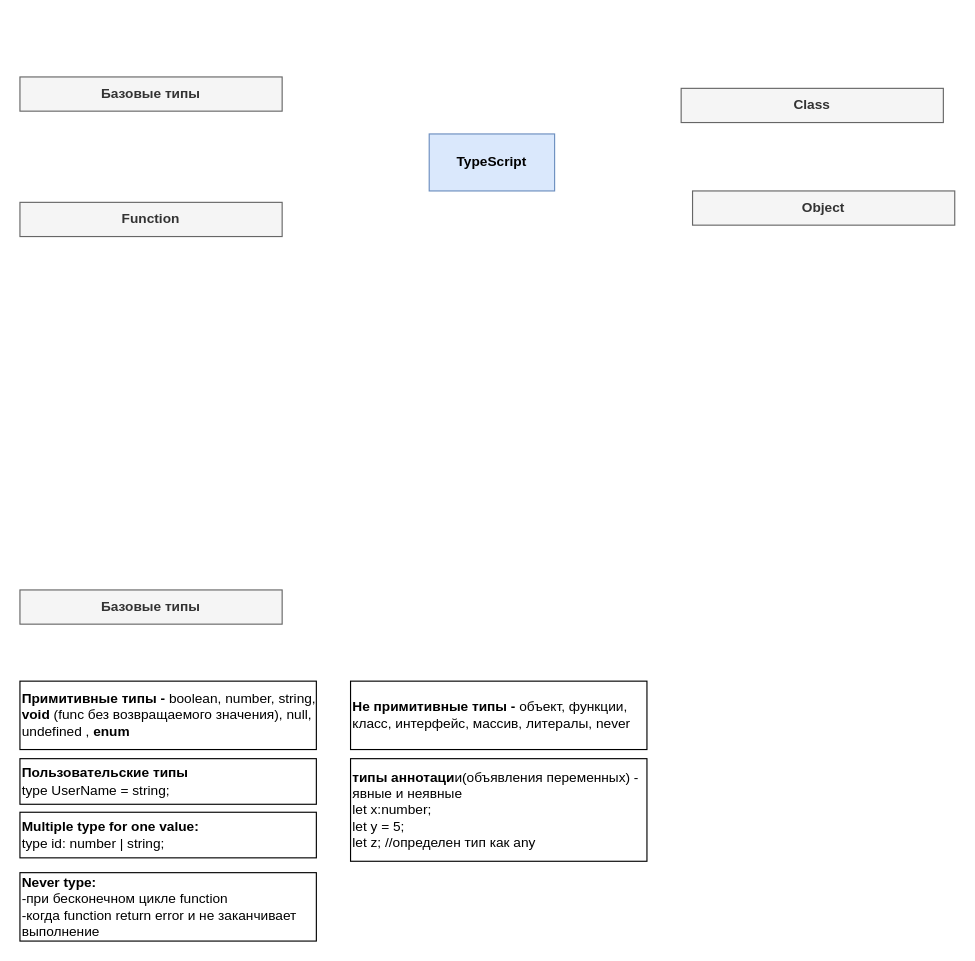
AndrosovMA/Fundamentals-TypeScript keeps this draw.io diagram as Diagram learning TypeScript.drawio. Above is the earlier version. Source tidied: cells renumbered, new cells numbered last; positions are measured from the earlier drawing's top-left corner, leaving out a move shared by most shapes. Both pictures are drawn from the tidied source at 114%, with x=0, y=0 at pixel (19, 76).
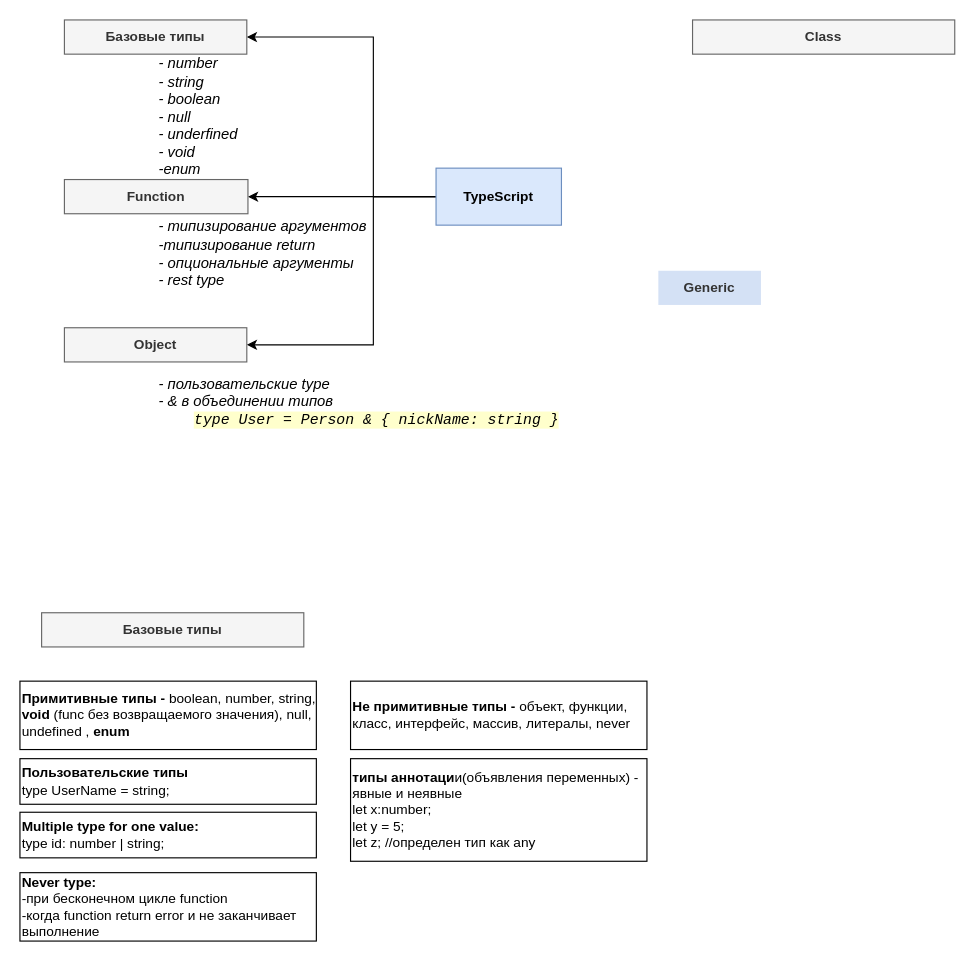
The same diagram, later.

The edit, as a diff of the source:
```diff
@@
+    <mxCell id="14" style="edgeStyle=orthogonalEdgeStyle;rounded=0;jettySize=auto;html=1;exitX=0;exitY=0.5;exitDx=0;exitDy=0;entryX=1;entryY=0.5;entryDx=0;entryDy=0;fontSize=13;fontColor=#000000;" parent="1" edge="1" source="2" target="12">
+      <mxGeometry relative="1" as="geometry">
+        <Array as="points">
+          <mxPoint x="310" y="105" />
+          <mxPoint x="310" y="-35" />
+        </Array>
+      </mxGeometry>
+    </mxCell>
+    <mxCell id="15" style="edgeStyle=orthogonalEdgeStyle;rounded=0;jettySize=auto;html=1;exitX=0;exitY=0.5;exitDx=0;exitDy=0;entryX=1;entryY=0.5;entryDx=0;entryDy=0;fontSize=13;fontColor=#000000;" parent="1" edge="1" source="2" target="9">
+      <mxGeometry relative="1" as="geometry">
+        <Array as="points">
+          <mxPoint x="370" y="105" />
+          <mxPoint x="370" y="105" />
+        </Array>
+      </mxGeometry>
+    </mxCell>
+    <mxCell id="16" style="edgeStyle=orthogonalEdgeStyle;rounded=0;jettySize=auto;html=1;exitX=0;exitY=0.5;exitDx=0;exitDy=0;entryX=1;entryY=0.5;entryDx=0;entryDy=0;fontSize=13;fontColor=#000000;" parent="1" edge="1" source="2" target="10">
+      <mxGeometry relative="1" as="geometry">
+        <Array as="points">
+          <mxPoint x="310" y="105" />
+          <mxPoint x="310" y="235" />
+        </Array>
+      </mxGeometry>
+    </mxCell>
     <mxCell id="2" value="TypeScript" style="rounded=0;whiteSpace=wrap;html=1;fillColor=#dae8fc;strokeColor=#6c8ebf;fontStyle=1;" parent="1" vertex="1">
-      <mxGeometry x="359" y="50" width="110" height="50" as="geometry" />
+      <mxGeometry x="365" y="80" width="110" height="50" as="geometry" />
     </mxCell>
@@
-    <mxCell id="9" value="Function" style="rounded=0;whiteSpace=wrap;html=1;fillColor=#f5f5f5;strokeColor=#666666;fontColor=#333333;fontStyle=1;" parent="1" vertex="1">
-      <mxGeometry y="110" width="230" height="30" as="geometry" />
-    </mxCell>
     <mxCell id="10" value="Object" style="rounded=0;whiteSpace=wrap;html=1;fillColor=#f5f5f5;strokeColor=#666666;fontColor=#333333;fontStyle=1;" parent="1" vertex="1">
-      <mxGeometry x="590" y="100" width="230" height="30" as="geometry" />
+      <mxGeometry x="39" y="220" width="160" height="30" as="geometry" />
     </mxCell>
     <mxCell id="11" value="Class" style="rounded=0;whiteSpace=wrap;html=1;fillColor=#f5f5f5;strokeColor=#666666;fontColor=#333333;fontStyle=1;" parent="1" vertex="1">
-      <mxGeometry x="580" y="10" width="230" height="30" as="geometry" />
+      <mxGeometry x="590" y="-50" width="230" height="30" as="geometry" />
     </mxCell>
+    <mxCell id="13" value="Базовые типы" style="rounded=0;whiteSpace=wrap;html=1;fillColor=#f5f5f5;strokeColor=#666666;fontColor=#333333;fontStyle=1;" parent="1" vertex="1">
+      <mxGeometry x="19" y="470" width="230" height="30" as="geometry" />
+    </mxCell>
+    <mxCell id="17" value="Generic" style="rounded=0;whiteSpace=wrap;html=1;fillColor=#D4E1F5;strokeColor=none;fontColor=#333333;fontStyle=1;" parent="1" vertex="1">
+      <mxGeometry x="560" y="170" width="90" height="30" as="geometry" />
+    </mxCell>
+    <mxCell id="18" style="group;" parent="1" vertex="1">
+      <mxGeometry x="39" y="90" width="311" height="100" as="geometry" />
+    </mxCell>
+    <mxCell id="9" value="Function" style="rounded=0;whiteSpace=wrap;html=1;fillColor=#f5f5f5;strokeColor=#666666;fontColor=#333333;fontStyle=1;" parent="18" vertex="1">
+      <mxGeometry width="161" height="30" as="geometry" />
+    </mxCell>
+    <mxCell id="19" value="&lt;span style=&quot;font-size: 13px&quot;&gt;- типизирование аргументов&lt;br&gt;-типизирование return&lt;br style=&quot;font-size: 13px&quot;&gt;- опциональные аргументы&lt;br&gt;- rest type&lt;br&gt;&lt;/span&gt;" style="text;html=1;strokeColor=none;fillColor=none;align=left;verticalAlign=middle;whiteSpace=wrap;rounded=0;fontStyle=2;fontSize=13;" parent="18" vertex="1">
+      <mxGeometry x="81" y="30" width="230" height="70" as="geometry" />
+    </mxCell>
+    <mxCell id="20" value="&lt;span style=&quot;font-size: 13px&quot;&gt;- пользовательские type&lt;br&gt;- &amp;amp; в объединении типов&lt;br&gt;&lt;/span&gt;&lt;span style=&quot;font-family: &amp;#34;jetbrains mono&amp;#34; , monospace&quot;&gt;&amp;nbsp; &amp;nbsp; &lt;/span&gt;&lt;span style=&quot;background-color: rgb(255 , 255 , 204) ; font-family: &amp;#34;jetbrains mono&amp;#34; , monospace&quot;&gt;type User = Person &amp;amp; { nickName: string }&lt;/span&gt;&lt;span style=&quot;font-size: 13px&quot;&gt;&lt;br&gt;&lt;/span&gt;" style="text;html=1;strokeColor=none;fillColor=none;align=left;verticalAlign=middle;whiteSpace=wrap;rounded=0;fontStyle=2;fontSize=13;" parent="1" vertex="1">
+      <mxGeometry x="120" y="250" width="420" height="70" as="geometry" />
+    </mxCell>
+    <mxCell id="21" style="group;" parent="1" vertex="1">
+      <mxGeometry x="39" y="-50" width="190" height="140" as="geometry" />
+    </mxCell>
-    <mxCell id="12" value="Базовые типы" style="rounded=0;whiteSpace=wrap;html=1;fillColor=#f5f5f5;strokeColor=#666666;fontColor=#333333;fontStyle=1;" parent="1" vertex="1">
-      <mxGeometry width="230" height="30" as="geometry" />
+    <mxCell id="12" value="Базовые типы" style="rounded=0;whiteSpace=wrap;html=1;fillColor=#f5f5f5;strokeColor=#666666;fontColor=#333333;fontStyle=1;" parent="21" vertex="1">
+      <mxGeometry width="160" height="30" as="geometry" />
     </mxCell>
-    <mxCell id="13" value="Базовые типы" style="rounded=0;whiteSpace=wrap;html=1;fillColor=#f5f5f5;strokeColor=#666666;fontColor=#333333;fontStyle=1;" parent="1" vertex="1">
-      <mxGeometry y="450" width="230" height="30" as="geometry" />
-    </mxCell>
+    <mxCell id="22" value="&lt;span style=&quot;font-size: 13px&quot;&gt;- number&lt;br style=&quot;font-size: 13px&quot;&gt;- string&lt;br style=&quot;font-size: 13px&quot;&gt;- boolean&lt;br style=&quot;font-size: 13px&quot;&gt;&lt;div style=&quot;font-size: 13px&quot;&gt;&lt;span style=&quot;font-size: 13px&quot;&gt;- null&lt;/span&gt;&lt;/div&gt;&lt;div style=&quot;font-size: 13px&quot;&gt;&lt;span style=&quot;font-size: 13px&quot;&gt;- underfined&lt;/span&gt;&lt;/div&gt;&lt;div style=&quot;font-size: 13px&quot;&gt;&lt;span style=&quot;font-size: 13px&quot;&gt;- void&lt;/span&gt;&lt;/div&gt;&lt;div style=&quot;font-size: 13px&quot;&gt;&lt;span style=&quot;font-size: 13px&quot;&gt;-enum&lt;/span&gt;&lt;/div&gt;&lt;/span&gt;" style="text;html=1;strokeColor=none;fillColor=none;align=left;verticalAlign=middle;whiteSpace=wrap;rounded=0;fontStyle=2;fontSize=13;" parent="21" vertex="1">
+      <mxGeometry x="81" y="30" width="109" height="110" as="geometry" />
+    </mxCell>
```
